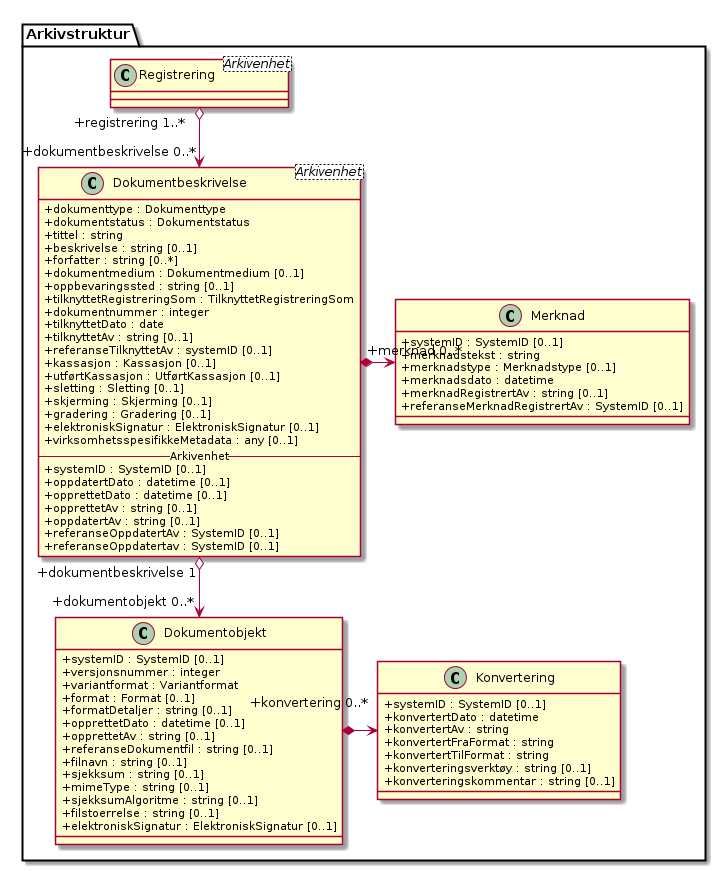
Above: kapitler/media/uml-arkivstruktur-dokumentbeskrivelse-og-dokumentobjekt.png in arkivverket/noark5-tjenestegrensesnitt-standard (PlantUML), before the change. Its diagram source:
```plantuml
@startuml
skinparam classAttributeIconSize 0

class Arkivstruktur.Registrering <Arkivenhet>
class Arkivstruktur.Dokumentobjekt {
  +systemID : SystemID [0..1]
  +versjonsnummer : integer
  +variantformat : Variantformat
  +format : Format [0..1]
  +formatDetaljer : string [0..1]
  +opprettetDato : datetime [0..1]
  +opprettetAv : string [0..1]
  +referanseDokumentfil : string [0..1]
  +filnavn : string [0..1]
  +sjekksum : string [0..1]
  +mimeType : string [0..1]
  +sjekksumAlgoritme : string [0..1]
  +filstoerrelse : string [0..1]
  +elektroniskSignatur : ElektroniskSignatur [0..1]
}
class Arkivstruktur.Merknad {
  +systemID : SystemID [0..1]
  +merknadstekst : string
  +merknadstype : Merknadstype [0..1]
  +merknadsdato : datetime
  +merknadRegistrertAv : string [0..1]
  +referanseMerknadRegistrertAv : SystemID [0..1]
}
class Arkivstruktur.Konvertering {
  +systemID : SystemID [0..1]
  +konvertertDato : datetime
  +konvertertAv : string
  +konvertertFraFormat : string
  +konvertertTilFormat : string
  +konverteringsverktøy : string [0..1]
  +konverteringskommentar : string [0..1]
}

class Arkivstruktur.Dokumentbeskrivelse <Arkivenhet> {
  +dokumenttype : Dokumenttype
  +dokumentstatus : Dokumentstatus
  +tittel : string
  +beskrivelse : string [0..1]
  +forfatter : string [0..*]
  +dokumentmedium : Dokumentmedium [0..1]
  +oppbevaringssted : string [0..1]
  +tilknyttetRegistreringSom : TilknyttetRegistreringSom
  +dokumentnummer : integer
  +tilknyttetDato : date
  +tilknyttetAv : string [0..1]
  +referanseTilknyttetAv : systemID [0..1]
  +kassasjon : Kassasjon [0..1]
  +utførtKassasjon : UtførtKassasjon [0..1]
  +sletting : Sletting [0..1]
  +skjerming : Skjerming [0..1]
  +gradering : Gradering [0..1]
  +elektroniskSignatur : ElektroniskSignatur [0..1]
  +virksomhetsspesifikkeMetadata : any [0..1]
  -- Arkivenhet --
  +systemID : SystemID [0..1]
  +oppdatertDato : datetime [0..1]
  +opprettetDato : datetime [0..1]
  +opprettetAv : string [0..1]
  +oppdatertAv : string [0..1]
  +referanseOppdatertAv : SystemID [0..1]
  +referanseOppdatertav : SystemID [0..1]
}


Arkivstruktur.Registrering "+registrering 1..*" o--> "+dokumentbeskrivelse 0..*" Arkivstruktur.Dokumentbeskrivelse
Arkivstruktur.Dokumentbeskrivelse *-> "+merknad 0..*" Arkivstruktur.Merknad
Arkivstruktur.Dokumentbeskrivelse "+dokumentbeskrivelse 1" o--> "+dokumentobjekt 0..*" Arkivstruktur.Dokumentobjekt
Arkivstruktur.Dokumentobjekt *-> "+konvertering 0..*" Arkivstruktur.Konvertering
@enduml
```
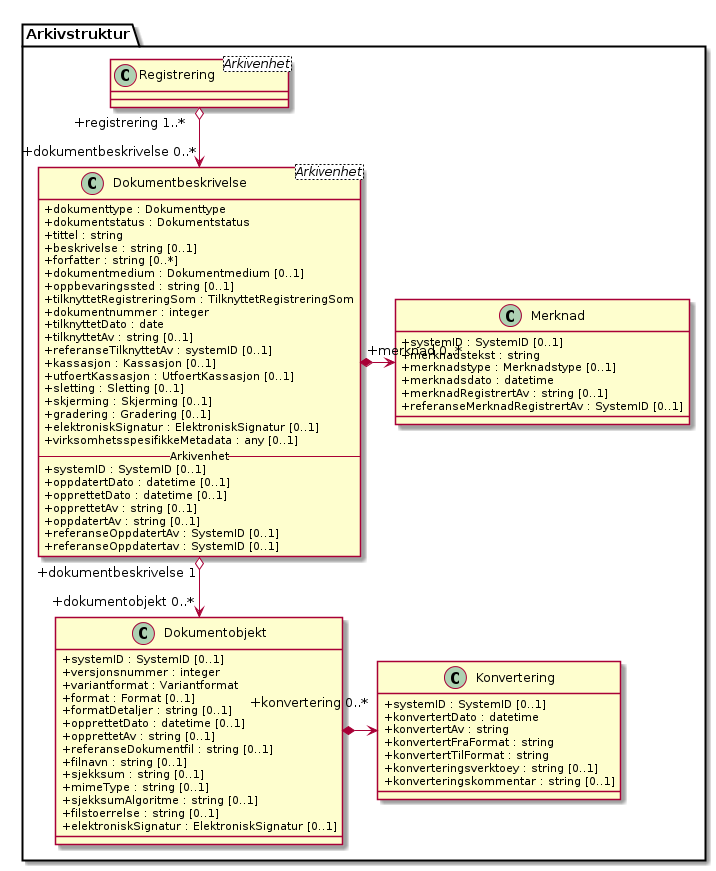
Above is the later version.

Diff of the diagram source:
```diff
@@ -32,7 +32,7 @@
   +konvertertAv : string
   +konvertertFraFormat : string
   +konvertertTilFormat : string
-  +konverteringsverktøy : string [0..1]
+  +konverteringsverktoey : string [0..1]
   +konverteringskommentar : string [0..1]
 }
 
@@ -50,7 +50,7 @@
   +tilknyttetAv : string [0..1]
   +referanseTilknyttetAv : systemID [0..1]
   +kassasjon : Kassasjon [0..1]
-  +utførtKassasjon : UtførtKassasjon [0..1]
+  +utfoertKassasjon : UtfoertKassasjon [0..1]
   +sletting : Sletting [0..1]
   +skjerming : Skjerming [0..1]
   +gradering : Gradering [0..1]
```
